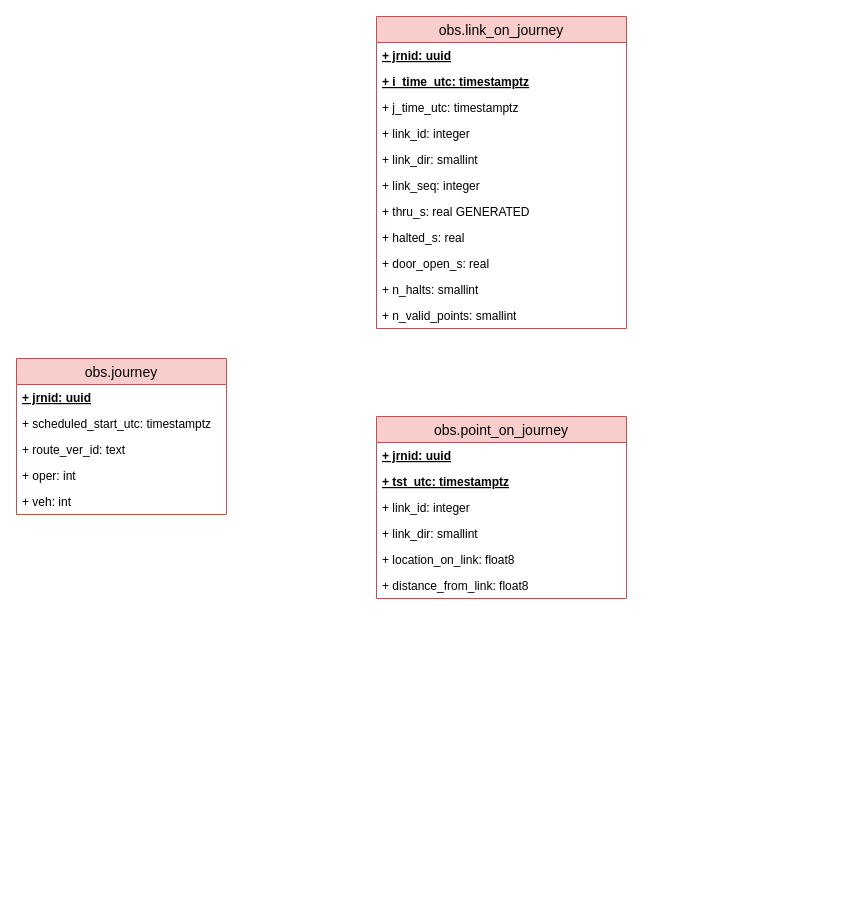
The draw.io diagram page "obs" (2 of 6) of docs/sujuikoDB.drawio in datarttu/sujuikoDB, before the edit. Source tidied: cells renumbered, new cells numbered last; positions are measured from the earlier drawing's top-left corner, leaving out a move shared by most shapes. Both pictures are drawn from the tidied source at 100%, with x=0, y=0 at pixel (16, 16).
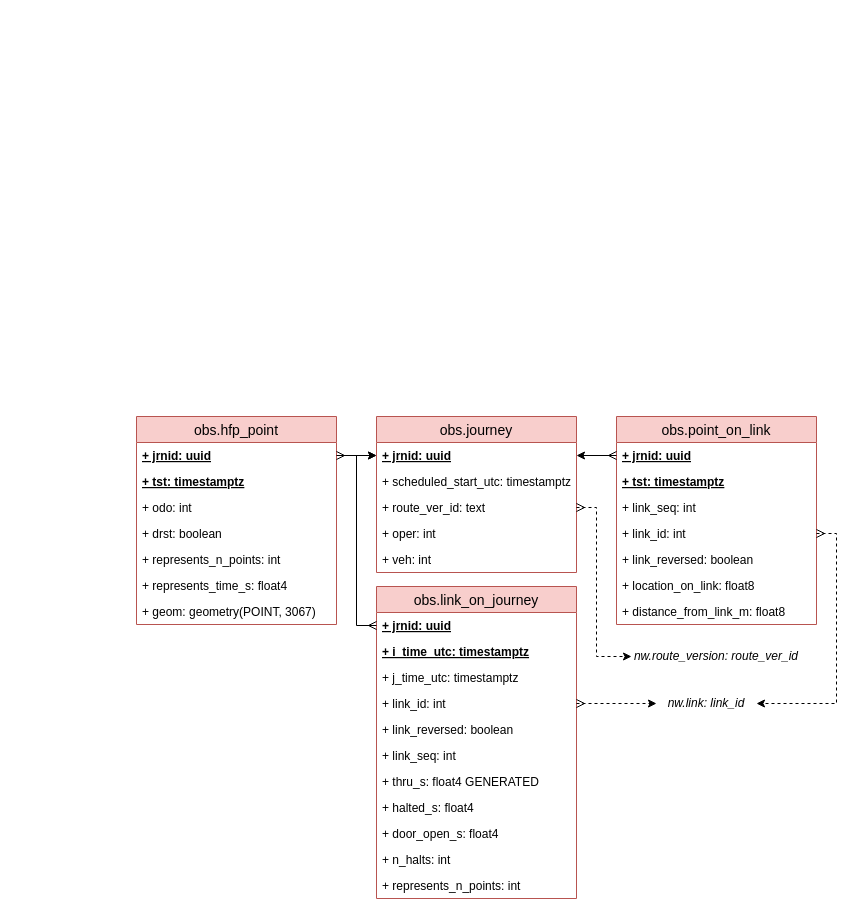
Above is the later version.

Change to the diagram source:
```diff
@@
     <mxCell id="2" value="obs.link_on_journey" style="swimlane;fontStyle=0;horizontal=1;startSize=26;fillColor=#f8cecc;swimlaneFillColor=#ffffff;align=center;fontSize=14;strokeColor=#b85450;" parent="1" vertex="1">
-      <mxGeometry x="360" width="250" height="312" as="geometry" />
+      <mxGeometry x="360" y="570" width="200" height="312" as="geometry" />
     </mxCell>
     <mxCell id="3" value="+ jrnid: uuid" style="text;strokeColor=none;fillColor=none;spacingLeft=4;spacingRight=4;overflow=hidden;points=[[0,0.5],[1,0.5]];portConstraint=eastwest;fontSize=12;fontStyle=5;" parent="2" vertex="1">
-      <mxGeometry y="26" width="250" height="26" as="geometry" />
+      <mxGeometry y="26" width="200" height="26" as="geometry" />
     </mxCell>
     <mxCell id="4" value="+ i_time_utc: timestamptz" style="text;strokeColor=none;fillColor=none;spacingLeft=4;spacingRight=4;overflow=hidden;fontSize=12;fontStyle=5;" parent="2" vertex="1">
-      <mxGeometry y="52" width="250" height="26" as="geometry" />
+      <mxGeometry y="52" width="200" height="26" as="geometry" />
     </mxCell>
     <mxCell id="5" value="+ j_time_utc: timestamptz" style="text;strokeColor=none;fillColor=none;spacingLeft=4;spacingRight=4;overflow=hidden;fontSize=12;" parent="2" vertex="1">
-      <mxGeometry y="78" width="250" height="26" as="geometry" />
+      <mxGeometry y="78" width="200" height="26" as="geometry" />
     </mxCell>
-    <mxCell id="6" value="+ link_id: integer" style="text;strokeColor=none;fillColor=none;spacingLeft=4;spacingRight=4;overflow=hidden;points=[[0,0.5],[1,0.5]];portConstraint=eastwest;fontSize=12;fontStyle=0;" parent="2" vertex="1">
-      <mxGeometry y="104" width="250" height="26" as="geometry" />
+    <mxCell id="6" value="+ link_id: int" style="text;strokeColor=none;fillColor=none;spacingLeft=4;spacingRight=4;overflow=hidden;points=[[0,0.5],[1,0.5]];portConstraint=eastwest;fontSize=12;fontStyle=0;" parent="2" vertex="1">
+      <mxGeometry y="104" width="200" height="26" as="geometry" />
     </mxCell>
-    <mxCell id="7" value="+ link_dir: smallint" style="text;strokeColor=none;fillColor=none;spacingLeft=4;spacingRight=4;overflow=hidden;fontSize=12;" parent="2" vertex="1">
-      <mxGeometry y="130" width="250" height="26" as="geometry" />
+    <mxCell id="7" value="+ link_reversed: boolean" style="text;strokeColor=none;fillColor=none;spacingLeft=4;spacingRight=4;overflow=hidden;fontSize=12;" parent="2" vertex="1">
+      <mxGeometry y="130" width="200" height="26" as="geometry" />
     </mxCell>
-    <mxCell id="8" value="+ link_seq: integer" style="text;strokeColor=none;fillColor=none;spacingLeft=4;spacingRight=4;overflow=hidden;fontSize=12;" parent="2" vertex="1">
-      <mxGeometry y="156" width="250" height="26" as="geometry" />
+    <mxCell id="8" value="+ link_seq: int" style="text;strokeColor=none;fillColor=none;spacingLeft=4;spacingRight=4;overflow=hidden;fontSize=12;" parent="2" vertex="1">
+      <mxGeometry y="156" width="200" height="26" as="geometry" />
     </mxCell>
-    <mxCell id="9" value="+ thru_s: real GENERATED" style="text;strokeColor=none;fillColor=none;spacingLeft=4;spacingRight=4;overflow=hidden;fontSize=12;" parent="2" vertex="1">
-      <mxGeometry y="182" width="250" height="26" as="geometry" />
+    <mxCell id="9" value="+ thru_s: float4 GENERATED" style="text;strokeColor=none;fillColor=none;spacingLeft=4;spacingRight=4;overflow=hidden;fontSize=12;" parent="2" vertex="1">
+      <mxGeometry y="182" width="200" height="26" as="geometry" />
     </mxCell>
-    <mxCell id="10" value="+ halted_s: real" style="text;strokeColor=none;fillColor=none;spacingLeft=4;spacingRight=4;overflow=hidden;fontSize=12;" parent="2" vertex="1">
-      <mxGeometry y="208" width="250" height="26" as="geometry" />
+    <mxCell id="10" value="+ halted_s: float4" style="text;strokeColor=none;fillColor=none;spacingLeft=4;spacingRight=4;overflow=hidden;fontSize=12;" parent="2" vertex="1">
+      <mxGeometry y="208" width="200" height="26" as="geometry" />
     </mxCell>
-    <mxCell id="11" value="+ door_open_s: real" style="text;strokeColor=none;fillColor=none;spacingLeft=4;spacingRight=4;overflow=hidden;fontSize=12;" parent="2" vertex="1">
-      <mxGeometry y="234" width="250" height="26" as="geometry" />
+    <mxCell id="11" value="+ door_open_s: float4" style="text;strokeColor=none;fillColor=none;spacingLeft=4;spacingRight=4;overflow=hidden;fontSize=12;" parent="2" vertex="1">
+      <mxGeometry y="234" width="200" height="26" as="geometry" />
     </mxCell>
-    <mxCell id="12" value="+ n_halts: smallint" style="text;strokeColor=none;fillColor=none;spacingLeft=4;spacingRight=4;overflow=hidden;fontSize=12;" parent="2" vertex="1">
-      <mxGeometry y="260" width="250" height="26" as="geometry" />
+    <mxCell id="12" value="+ n_halts: int" style="text;strokeColor=none;fillColor=none;spacingLeft=4;spacingRight=4;overflow=hidden;fontSize=12;" parent="2" vertex="1">
+      <mxGeometry y="260" width="200" height="26" as="geometry" />
     </mxCell>
-    <mxCell id="13" value="+ n_valid_points: smallint" style="text;strokeColor=none;fillColor=none;spacingLeft=4;spacingRight=4;overflow=hidden;fontSize=12;" parent="2" vertex="1">
-      <mxGeometry y="286" width="250" height="26" as="geometry" />
+    <mxCell id="13" value="+ represents_n_points: int" style="text;strokeColor=none;fillColor=none;spacingLeft=4;spacingRight=4;overflow=hidden;fontSize=12;" parent="2" vertex="1">
+      <mxGeometry y="286" width="200" height="26" as="geometry" />
     </mxCell>
     <mxCell id="14" value="obs.journey" style="swimlane;fontStyle=0;horizontal=1;startSize=26;fillColor=#f8cecc;swimlaneFillColor=#ffffff;align=center;fontSize=14;strokeColor=#b85450;" parent="1" vertex="1">
-      <mxGeometry y="342" width="210" height="156" as="geometry" />
+      <mxGeometry x="360" y="400" width="200" height="156" as="geometry" />
     </mxCell>
     <mxCell id="15" value="+ jrnid: uuid" style="text;strokeColor=none;fillColor=none;spacingLeft=4;spacingRight=4;overflow=hidden;points=[[0,0.5],[1,0.5]];portConstraint=eastwest;fontSize=12;fontStyle=5;" parent="14" vertex="1">
-      <mxGeometry y="26" width="210" height="26" as="geometry" />
+      <mxGeometry y="26" width="200" height="26" as="geometry" />
     </mxCell>
     <mxCell id="16" value="+ scheduled_start_utc: timestamptz" style="text;strokeColor=none;fillColor=none;spacingLeft=4;spacingRight=4;overflow=hidden;fontSize=12;fontStyle=0;" parent="14" vertex="1">
-      <mxGeometry y="52" width="210" height="26" as="geometry" />
+      <mxGeometry y="52" width="200" height="26" as="geometry" />
     </mxCell>
     <mxCell id="17" value="+ route_ver_id: text" style="text;strokeColor=none;fillColor=none;spacingLeft=4;spacingRight=4;overflow=hidden;points=[[0,0.5],[1,0.5]];portConstraint=eastwest;fontSize=12;fontStyle=0;" parent="14" vertex="1">
-      <mxGeometry y="78" width="210" height="26" as="geometry" />
+      <mxGeometry y="78" width="200" height="26" as="geometry" />
     </mxCell>
     <mxCell id="18" value="+ oper: int" style="text;strokeColor=none;fillColor=none;spacingLeft=4;spacingRight=4;overflow=hidden;fontSize=12;" parent="14" vertex="1">
-      <mxGeometry y="104" width="210" height="26" as="geometry" />
+      <mxGeometry y="104" width="200" height="26" as="geometry" />
     </mxCell>
     <mxCell id="19" value="+ veh: int" style="text;strokeColor=none;fillColor=none;spacingLeft=4;spacingRight=4;overflow=hidden;fontSize=12;" parent="14" vertex="1">
-      <mxGeometry y="130" width="210" height="26" as="geometry" />
+      <mxGeometry y="130" width="200" height="26" as="geometry" />
     </mxCell>
-    <mxCell id="20" value="obs.point_on_journey" style="swimlane;fontStyle=0;horizontal=1;startSize=26;fillColor=#f8cecc;swimlaneFillColor=#ffffff;align=center;fontSize=14;strokeColor=#b85450;" parent="1" vertex="1">
-      <mxGeometry x="360" y="400" width="250" height="182" as="geometry" />
+    <mxCell id="20" value="obs.point_on_link" style="swimlane;fontStyle=0;horizontal=1;startSize=26;fillColor=#f8cecc;swimlaneFillColor=#ffffff;align=center;fontSize=14;strokeColor=#b85450;" parent="1" vertex="1">
+      <mxGeometry x="600" y="400" width="200" height="208" as="geometry" />
     </mxCell>
     <mxCell id="21" value="+ jrnid: uuid" style="text;strokeColor=none;fillColor=none;spacingLeft=4;spacingRight=4;overflow=hidden;points=[[0,0.5],[1,0.5]];portConstraint=eastwest;fontSize=12;fontStyle=5;" parent="20" vertex="1">
-      <mxGeometry y="26" width="250" height="26" as="geometry" />
+      <mxGeometry y="26" width="200" height="26" as="geometry" />
     </mxCell>
-    <mxCell id="22" value="+ tst_utc: timestamptz" style="text;strokeColor=none;fillColor=none;spacingLeft=4;spacingRight=4;overflow=hidden;fontSize=12;fontStyle=5;" parent="20" vertex="1">
-      <mxGeometry y="52" width="250" height="26" as="geometry" />
+    <mxCell id="22" value="+ tst: timestamptz" style="text;strokeColor=none;fillColor=none;spacingLeft=4;spacingRight=4;overflow=hidden;fontSize=12;fontStyle=5;" parent="20" vertex="1">
+      <mxGeometry y="52" width="200" height="26" as="geometry" />
     </mxCell>
+    <mxCell id="27" value="+ link_seq: int" style="text;strokeColor=none;fillColor=none;spacingLeft=4;spacingRight=4;overflow=hidden;fontSize=12;" parent="20" vertex="1">
+      <mxGeometry y="78" width="200" height="26" as="geometry" />
+    </mxCell>
-    <mxCell id="23" value="+ link_id: integer" style="text;strokeColor=none;fillColor=none;spacingLeft=4;spacingRight=4;overflow=hidden;points=[[0,0.5],[1,0.5]];portConstraint=eastwest;fontSize=12;" parent="20" vertex="1">
-      <mxGeometry y="78" width="250" height="26" as="geometry" />
+    <mxCell id="23" value="+ link_id: int" style="text;strokeColor=none;fillColor=none;spacingLeft=4;spacingRight=4;overflow=hidden;points=[[0,0.5],[1,0.5]];portConstraint=eastwest;fontSize=12;" parent="20" vertex="1">
+      <mxGeometry y="104" width="200" height="26" as="geometry" />
     </mxCell>
-    <mxCell id="24" value="+ link_dir: smallint" style="text;strokeColor=none;fillColor=none;spacingLeft=4;spacingRight=4;overflow=hidden;fontSize=12;" parent="20" vertex="1">
-      <mxGeometry y="104" width="250" height="26" as="geometry" />
+    <mxCell id="24" value="+ link_reversed: boolean" style="text;strokeColor=none;fillColor=none;spacingLeft=4;spacingRight=4;overflow=hidden;fontSize=12;" parent="20" vertex="1">
+      <mxGeometry y="130" width="200" height="26" as="geometry" />
     </mxCell>
     <mxCell id="25" value="+ location_on_link: float8" style="text;strokeColor=none;fillColor=none;spacingLeft=4;spacingRight=4;overflow=hidden;fontSize=12;" parent="20" vertex="1">
-      <mxGeometry y="130" width="250" height="26" as="geometry" />
+      <mxGeometry y="156" width="200" height="26" as="geometry" />
     </mxCell>
-    <mxCell id="26" value="+ distance_from_link: float8" style="text;strokeColor=none;fillColor=none;spacingLeft=4;spacingRight=4;overflow=hidden;fontSize=12;" parent="20" vertex="1">
-      <mxGeometry y="156" width="250" height="26" as="geometry" />
+    <mxCell id="26" value="+ distance_from_link_m: float8" style="text;strokeColor=none;fillColor=none;spacingLeft=4;spacingRight=4;overflow=hidden;fontSize=12;" parent="20" vertex="1">
+      <mxGeometry y="182" width="200" height="26" as="geometry" />
     </mxCell>
+    <mxCell id="28" value="obs.hfp_point" style="swimlane;fontStyle=0;horizontal=1;startSize=26;fillColor=#f8cecc;swimlaneFillColor=#ffffff;align=center;fontSize=14;strokeColor=#b85450;" parent="1" vertex="1">
+      <mxGeometry x="120" y="400" width="200" height="208" as="geometry" />
+    </mxCell>
+    <mxCell id="29" value="+ jrnid: uuid" style="text;strokeColor=none;fillColor=none;spacingLeft=4;spacingRight=4;overflow=hidden;points=[[0,0.5],[1,0.5]];portConstraint=eastwest;fontSize=12;fontStyle=5;" parent="28" vertex="1">
+      <mxGeometry y="26" width="200" height="26" as="geometry" />
+    </mxCell>
+    <mxCell id="30" value="+ tst: timestamptz" style="text;strokeColor=none;fillColor=none;spacingLeft=4;spacingRight=4;overflow=hidden;fontSize=12;fontStyle=5;" parent="28" vertex="1">
+      <mxGeometry y="52" width="200" height="26" as="geometry" />
+    </mxCell>
+    <mxCell id="31" value="+ odo: int" style="text;strokeColor=none;fillColor=none;spacingLeft=4;spacingRight=4;overflow=hidden;fontSize=12;" parent="28" vertex="1">
+      <mxGeometry y="78" width="200" height="26" as="geometry" />
+    </mxCell>
+    <mxCell id="32" value="+ drst: boolean" style="text;strokeColor=none;fillColor=none;spacingLeft=4;spacingRight=4;overflow=hidden;fontSize=12;" parent="28" vertex="1">
+      <mxGeometry y="104" width="200" height="26" as="geometry" />
+    </mxCell>
+    <mxCell id="33" value="+ represents_n_points: int" style="text;strokeColor=none;fillColor=none;spacingLeft=4;spacingRight=4;overflow=hidden;fontSize=12;" parent="28" vertex="1">
+      <mxGeometry y="130" width="200" height="26" as="geometry" />
+    </mxCell>
+    <mxCell id="34" value="+ represents_time_s: float4" style="text;strokeColor=none;fillColor=none;spacingLeft=4;spacingRight=4;overflow=hidden;fontSize=12;" parent="28" vertex="1">
+      <mxGeometry y="156" width="200" height="26" as="geometry" />
+    </mxCell>
+    <mxCell id="35" value="+ geom: geometry(POINT, 3067)" style="text;strokeColor=none;fillColor=none;spacingLeft=4;spacingRight=4;overflow=hidden;fontSize=12;" parent="28" vertex="1">
+      <mxGeometry y="182" width="200" height="26" as="geometry" />
+    </mxCell>
+    <mxCell id="36" style="edgeStyle=orthogonalEdgeStyle;rounded=0;jettySize=auto;html=1;exitX=1;exitY=0.5;exitDx=0;exitDy=0;entryX=0;entryY=0.5;entryDx=0;entryDy=0;startArrow=ERmany;startFill=0;" parent="1" edge="1" source="29" target="15">
+      <mxGeometry relative="1" as="geometry" />
+    </mxCell>
+    <mxCell id="37" style="edgeStyle=orthogonalEdgeStyle;rounded=0;jettySize=auto;html=1;exitX=0;exitY=0.5;exitDx=0;exitDy=0;entryX=1;entryY=0.5;entryDx=0;entryDy=0;startArrow=ERmany;startFill=0;" parent="1" edge="1" source="21" target="15">
+      <mxGeometry relative="1" as="geometry" />
+    </mxCell>
+    <mxCell id="38" style="edgeStyle=orthogonalEdgeStyle;rounded=0;jettySize=auto;html=1;exitX=0;exitY=0.5;exitDx=0;exitDy=0;entryX=0;entryY=0.5;entryDx=0;entryDy=0;startArrow=ERmany;startFill=0;" parent="1" edge="1" source="3" target="15">
+      <mxGeometry relative="1" as="geometry" />
+    </mxCell>
+    <mxCell id="39" style="edgeStyle=orthogonalEdgeStyle;rounded=0;jettySize=auto;html=1;exitX=1;exitY=0.5;exitDx=0;exitDy=0;entryX=1;entryY=0.5;entryDx=0;entryDy=0;dashed=1;startArrow=ERmany;startFill=0;" parent="1" edge="1" source="23" target="41">
+      <mxGeometry relative="1" as="geometry" />
+    </mxCell>
+    <mxCell id="40" style="edgeStyle=orthogonalEdgeStyle;rounded=0;jettySize=auto;html=1;exitX=1;exitY=0.5;exitDx=0;exitDy=0;entryX=0;entryY=0.5;entryDx=0;entryDy=0;dashed=1;startArrow=ERmany;startFill=0;" parent="1" edge="1" source="6" target="41">
+      <mxGeometry relative="1" as="geometry" />
+    </mxCell>
+    <mxCell id="41" value="nw.link: link_id" style="text;html=1;strokeColor=none;fillColor=none;align=center;verticalAlign=middle;whiteSpace=wrap;rounded=0;fontStyle=2;" parent="1" vertex="1">
+      <mxGeometry x="640" y="677" width="100" height="20" as="geometry" />
+    </mxCell>
+    <mxCell id="42" style="edgeStyle=orthogonalEdgeStyle;rounded=0;jettySize=auto;html=1;exitX=1;exitY=0.5;exitDx=0;exitDy=0;dashed=1;startArrow=ERmany;startFill=0;entryX=0;entryY=0.5;entryDx=0;entryDy=0;" parent="1" edge="1" source="17" target="43">
+      <mxGeometry relative="1" as="geometry">
+        <Array as="points">
+          <mxPoint x="580" y="491" />
+          <mxPoint x="580" y="640" />
+        </Array>
+      </mxGeometry>
+    </mxCell>
+    <mxCell id="43" value="nw.route_version: route_ver_id" style="text;html=1;strokeColor=none;fillColor=none;align=center;verticalAlign=middle;whiteSpace=wrap;rounded=0;fontStyle=2;" parent="1" vertex="1">
+      <mxGeometry x="615" y="630" width="170" height="20" as="geometry" />
+    </mxCell>
```
